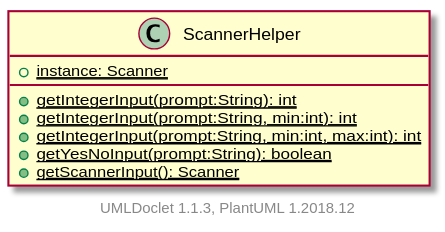
Earlier version of the PlantUML export projects/oodp/html/umlversion/uml/sg.edu.ntu.scse.cz2002.util.ScannerHelper.svg (itachi1706/How-to-use-Git-NTUSCSE1819-Site).
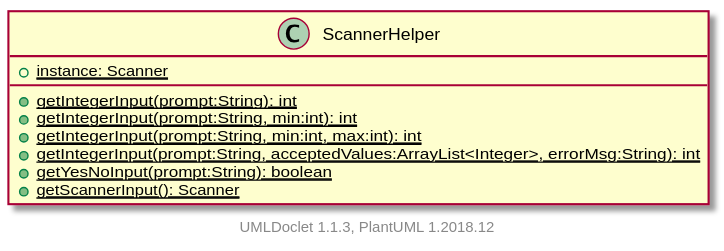
Later version of the same file.

Change to the diagram source:
```diff
@@ -5,6 +5,7 @@
         {static} +getIntegerInput(prompt:String): int
         {static} +getIntegerInput(prompt:String, min:int): int
         {static} +getIntegerInput(prompt:String, min:int, max:int): int
+        {static} +getIntegerInput(prompt:String, acceptedValues:ArrayList<Integer>, errorMsg:String): int
         {static} +getYesNoInput(prompt:String): boolean
         {static} +getScannerInput(): Scanner
     }
```
